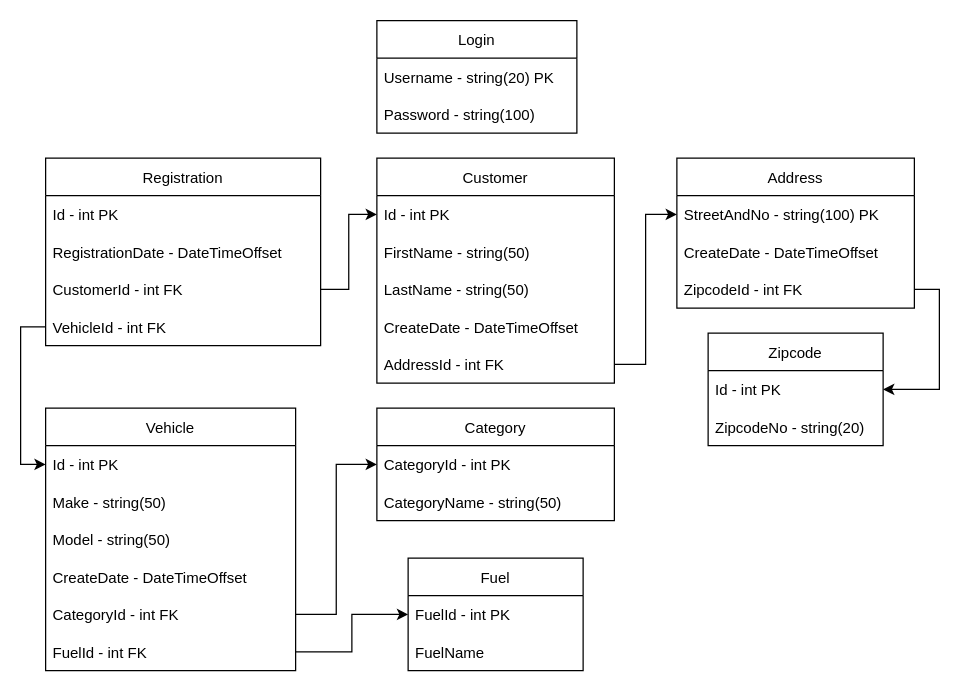
Above: Design/MotorkontorER.drawio in Nicklasvsams/MotorNVS (draw.io), before the change. Source tidied: cells renumbered, new cells numbered last; positions are measured from the earlier drawing's top-left corner, leaving out a move shared by most shapes. Both pictures are drawn from the tidied source at 125%, with x=0, y=0 at pixel (45, 20).
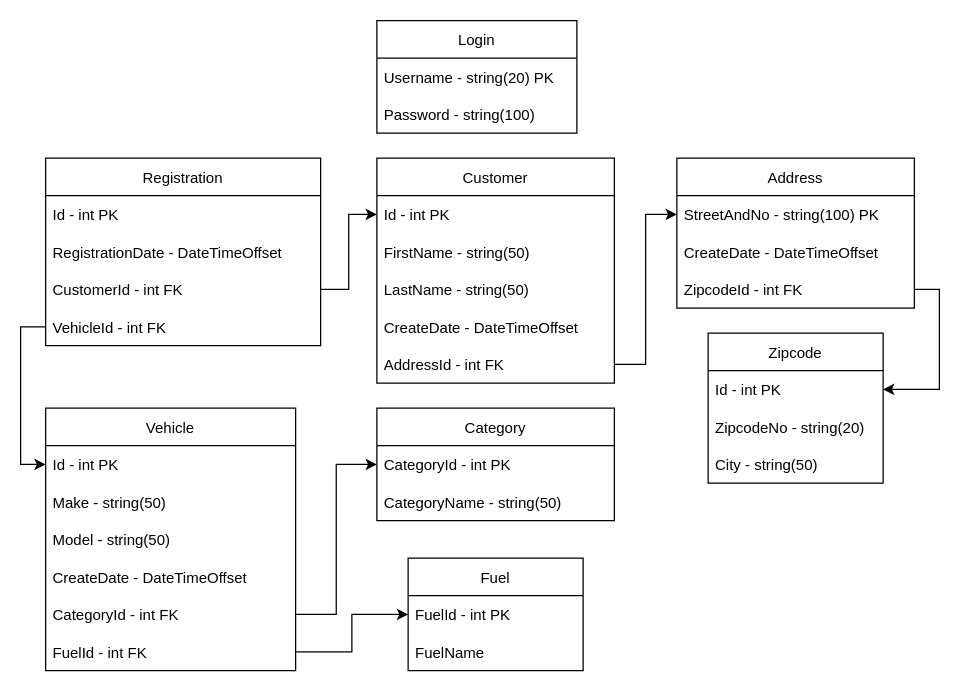
After the change.

The edit, as a diff of the source:
```diff
@@
     <mxCell id="15" value="Zipcode" style="swimlane;fontStyle=0;horizontal=1;startSize=30;" parent="1" vertex="1">
-      <mxGeometry x="530" y="250" width="140" height="90" as="geometry" />
+      <mxGeometry x="530" y="250" width="140" height="120" as="geometry" />
     </mxCell>
@@
+    <mxCell id="42" value="City - string(50)" style="text;strokeColor=none;fillColor=none;align=left;verticalAlign=middle;spacingLeft=4;spacingRight=4;overflow=hidden;" parent="15" vertex="1">
+      <mxGeometry y="90" width="140" height="30" as="geometry" />
+    </mxCell>
```
